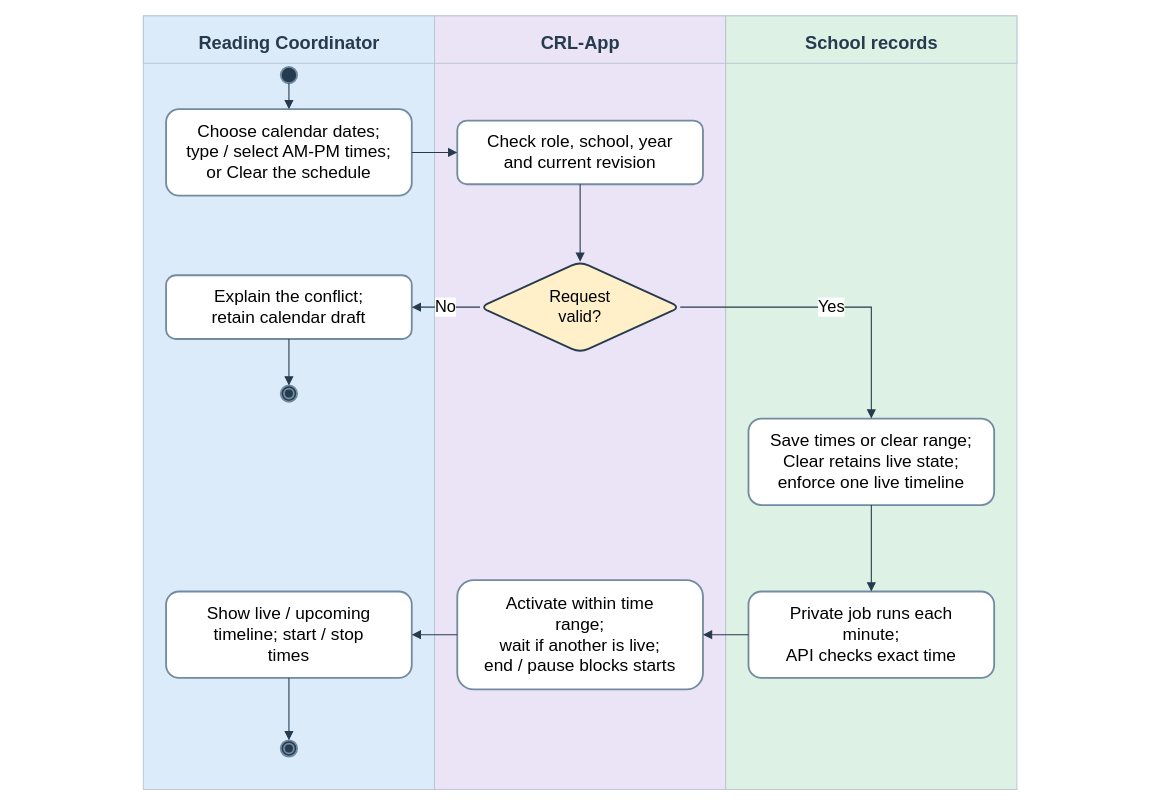
This is docs/diagrams/class-workspaces/figure-15e-timeline-scheduling.drawio from AkuSayangKamuJudaSayang/crl-app, a draw.io file, before an edit. Source tidied: cells renumbered, new cells numbered last; positions are measured from the earlier drawing's top-left corner, leaving out a move shared by most shapes. Both pictures are drawn from the tidied source at 91%, with x=0, y=0 at pixel (15, 15).
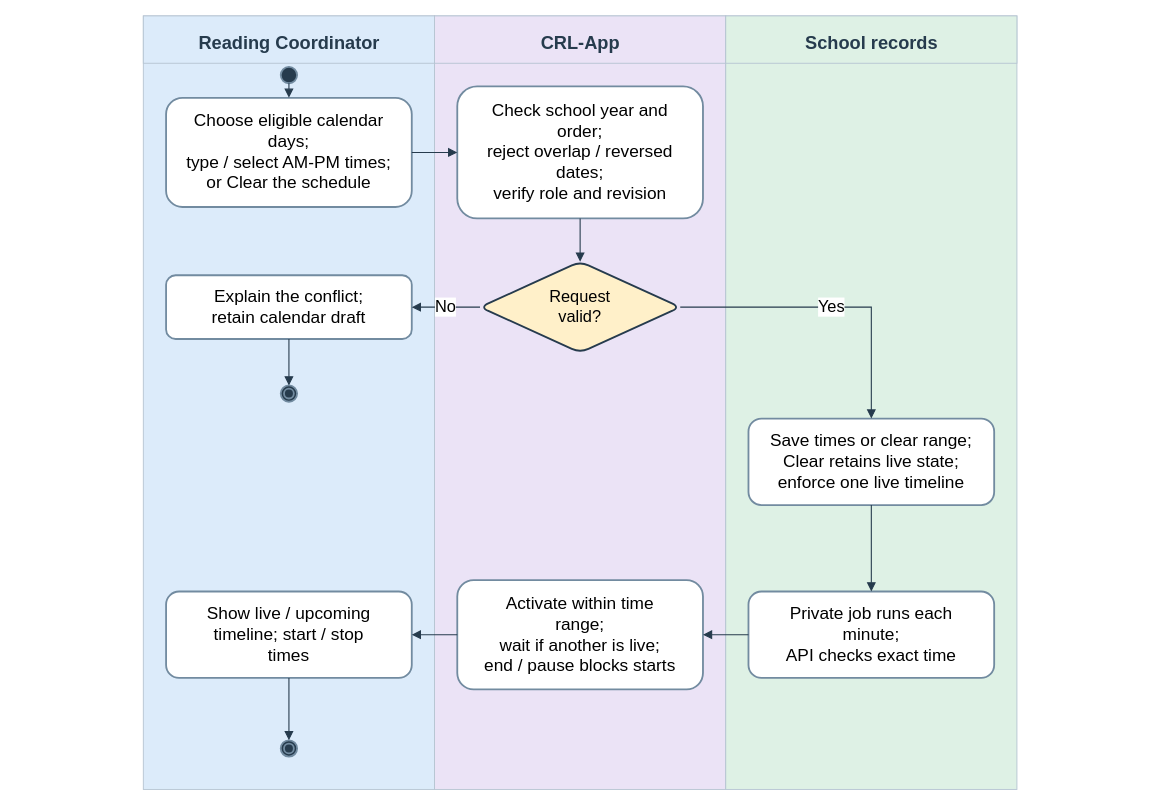
The same diagram, later.

Diff of the diagram source:
```diff
@@
-    <mxCell id="12" value="Choose calendar dates;&lt;br&gt;type / select AM-PM times;&lt;br&gt;or Clear the schedule" style="rounded=1;whiteSpace=wrap;html=1;fontFamily=Arial;fillColor=#ffffff;strokeColor=#728ba0;strokeWidth=2;fontSize=19;" parent="1" vertex="1">
-      <mxGeometry x="165" y="102.5" width="270" height="95" as="geometry" />
+    <mxCell id="12" value="Choose eligible calendar&lt;br&gt;days;&lt;br&gt;type / select AM-PM times;&lt;br&gt;or Clear the schedule" style="rounded=1;whiteSpace=wrap;html=1;fontFamily=Arial;fillColor=#ffffff;strokeColor=#728ba0;strokeWidth=2;fontSize=19;" parent="1" vertex="1">
+      <mxGeometry x="165" y="90" width="270" height="120" as="geometry" />
     </mxCell>
-    <mxCell id="13" value="Check role, school, year&lt;br&gt;and current revision" style="rounded=1;whiteSpace=wrap;html=1;fontFamily=Arial;fillColor=#ffffff;strokeColor=#728ba0;strokeWidth=2;fontSize=19;" parent="1" vertex="1">
-      <mxGeometry x="485" y="115" width="270" height="70" as="geometry" />
+    <mxCell id="13" value="Check school year and&lt;br&gt;order;&lt;br&gt;reject overlap / reversed&lt;br&gt;dates;&lt;br&gt;verify role and revision" style="rounded=1;whiteSpace=wrap;html=1;fontFamily=Arial;fillColor=#ffffff;strokeColor=#728ba0;strokeWidth=2;fontSize=19;" parent="1" vertex="1">
+      <mxGeometry x="485" y="77.5" width="270" height="145" as="geometry" />
     </mxCell>
```
